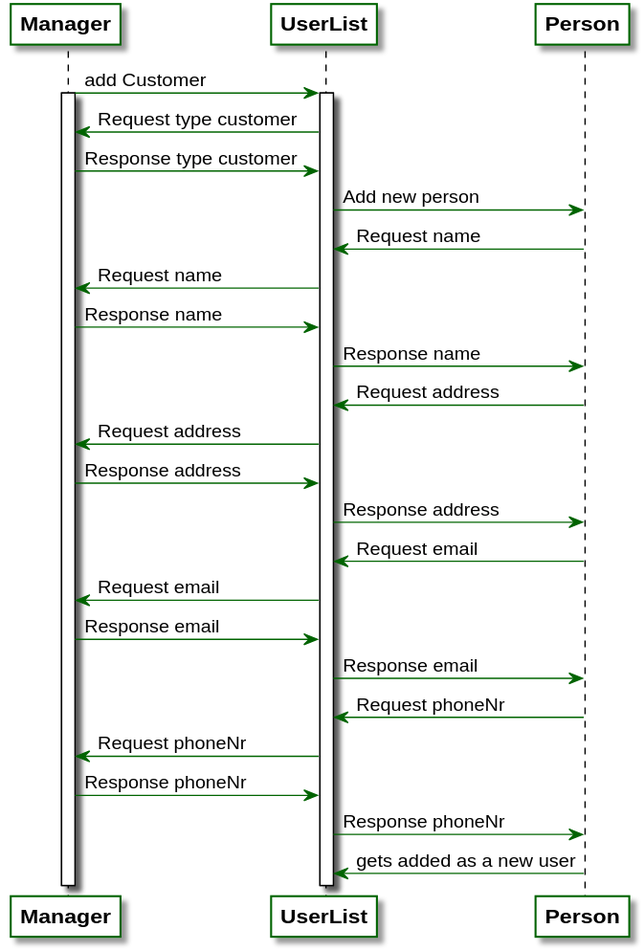
LimitlessGreen/swt18w43 keeps this PlantUML diagram as src/main/asciidoc/models/analysis/SequenceDiagrams/SequenceDiagram3.svg. Above is the earlier version.
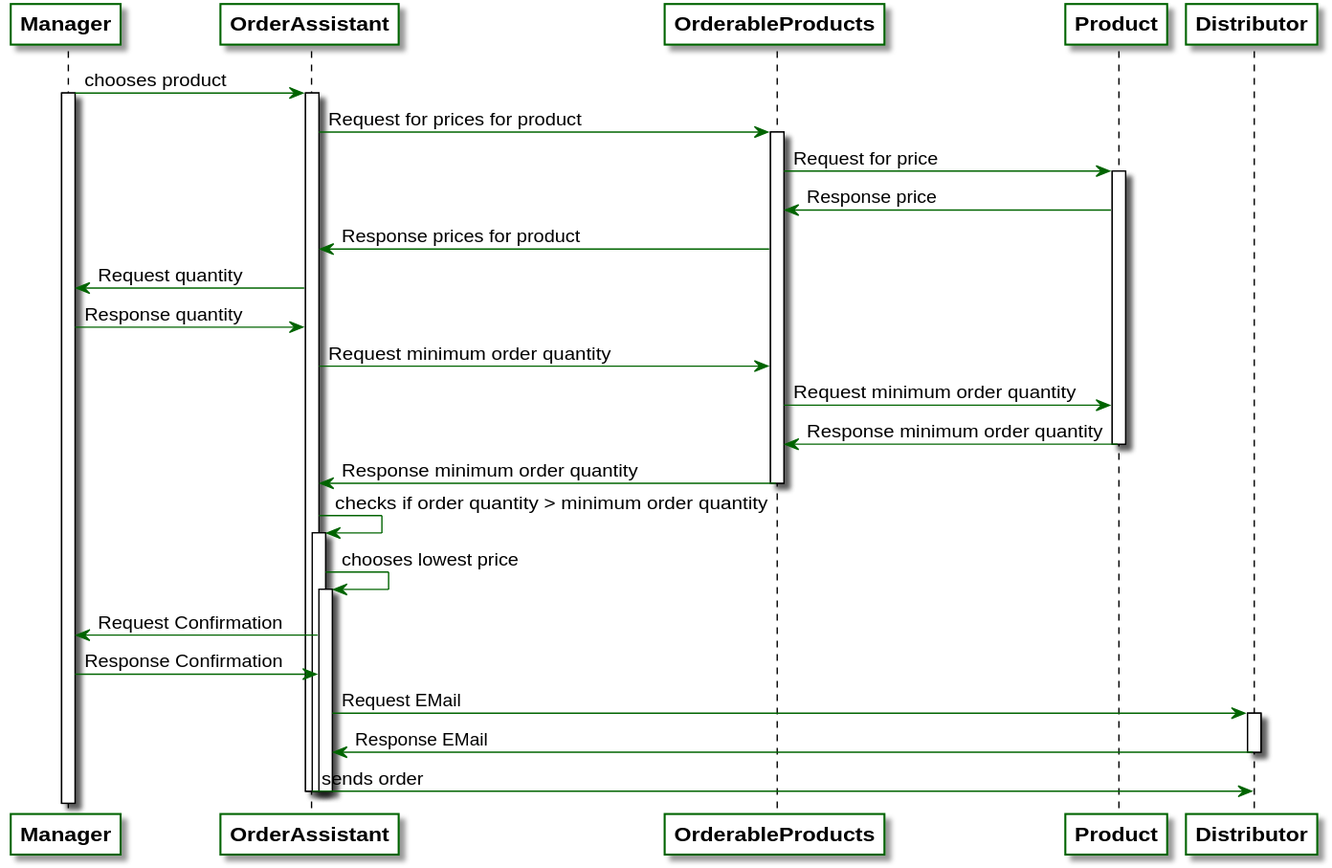
Later version of the same file.

The edit, as a diff of the source:
```diff
@@ -17,28 +17,38 @@
     LifeLineBorderColor black
 }
 
-Manager -> UserList: add Customer
+Manager -> OrderAssistant: chooses product
 activate Manager
-activate UserList
-Manager <- UserList: Request type customer
-Manager -> UserList: Response type customer
-UserList -> Person: Add new person
-Person -> UserList: Request name
-UserList -> Manager: Request name
-UserList <- Manager: Response name
-UserList -> Person: Response name
-Person -> UserList: Request address
-UserList -> Manager: Request address
-UserList <- Manager: Response address
-UserList -> Person: Response address
-Person -> UserList: Request email
-UserList -> Manager: Request email
-UserList <- Manager: Response email
-UserList -> Person: Response email
-Person -> UserList: Request phoneNr
-UserList -> Manager: Request phoneNr
-UserList <- Manager: Response phoneNr
-UserList -> Person: Response phoneNr
-Person -> UserList: gets added as a new user
+activate OrderAssistant
+OrderAssistant -> OrderableProducts: Request for prices for product
+activate OrderableProducts
+OrderableProducts -> Product: Request for price
+activate Product
+OrderableProducts <- Product: Response price
+OrderAssistant <- OrderableProducts: Response prices for product
+
+Manager <- OrderAssistant: Request quantity
+Manager -> OrderAssistant: Response quantity
+OrderAssistant -> OrderableProducts: Request minimum order quantity
+OrderableProducts -> Product: Request minimum order quantity
+Product -> OrderableProducts: Response minimum order quantity
+deactivate Product
+OrderableProducts -> OrderAssistant: Response minimum order quantity
+deactivate OrderableProducts
+
+OrderAssistant -> OrderAssistant: checks if order quantity > minimum order quantity
+activate OrderAssistant
+OrderAssistant -> OrderAssistant: chooses lowest price
+activate OrderAssistant
+Manager <- OrderAssistant: Request Confirmation
+Manager -> OrderAssistant: Response Confirmation
+OrderAssistant -> Distributor: Request EMail
+activate Distributor
+OrderAssistant <- Distributor: Response EMail
+deactivate Distributor
+OrderAssistant -> Distributor: sends order
+deactivate OrderAssistant
+deactivate OrderAssistant
+deactivate OrderAssistant
 
 @enduml
```
